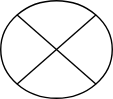
This is Untitled Diagram.drawio.svg from stephnna/machine-learning, a draw.io export, as it was before one commit. Source tidied: cells renumbered, new cells last; positions are measured from the earlier drawing's top-left corner, leaving out a move shared by most shapes. Its diagram source:
```xml
<mxGraphModel>
  <root>
    <mxCell id="0" />
    <mxCell id="1" parent="0" />
    <mxCell id="2" style="shape=sumEllipse;perimeter=ellipsePerimeter;whiteSpace=wrap;html=1;backgroundOutline=1;" parent="1" vertex="1">
      <mxGeometry width="80" height="70" as="geometry" />
    </mxCell>
  </root>
</mxGraphModel>
```
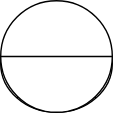
The same diagram one commit later.

Change to the diagram source:
```diff
@@ -5,5 +5,8 @@
     <mxCell id="2" style="shape=sumEllipse;perimeter=ellipsePerimeter;whiteSpace=wrap;html=1;backgroundOutline=1;" parent="1" vertex="1">
       <mxGeometry width="80" height="70" as="geometry" />
     </mxCell>
+    <mxCell id="3" style="shape=lineEllipse;perimeter=ellipsePerimeter;whiteSpace=wrap;html=1;backgroundOutline=1;" parent="1" vertex="1">
+      <mxGeometry y="-10" width="80" height="80" as="geometry" />
+    </mxCell>
   </root>
 </mxGraphModel>
```
